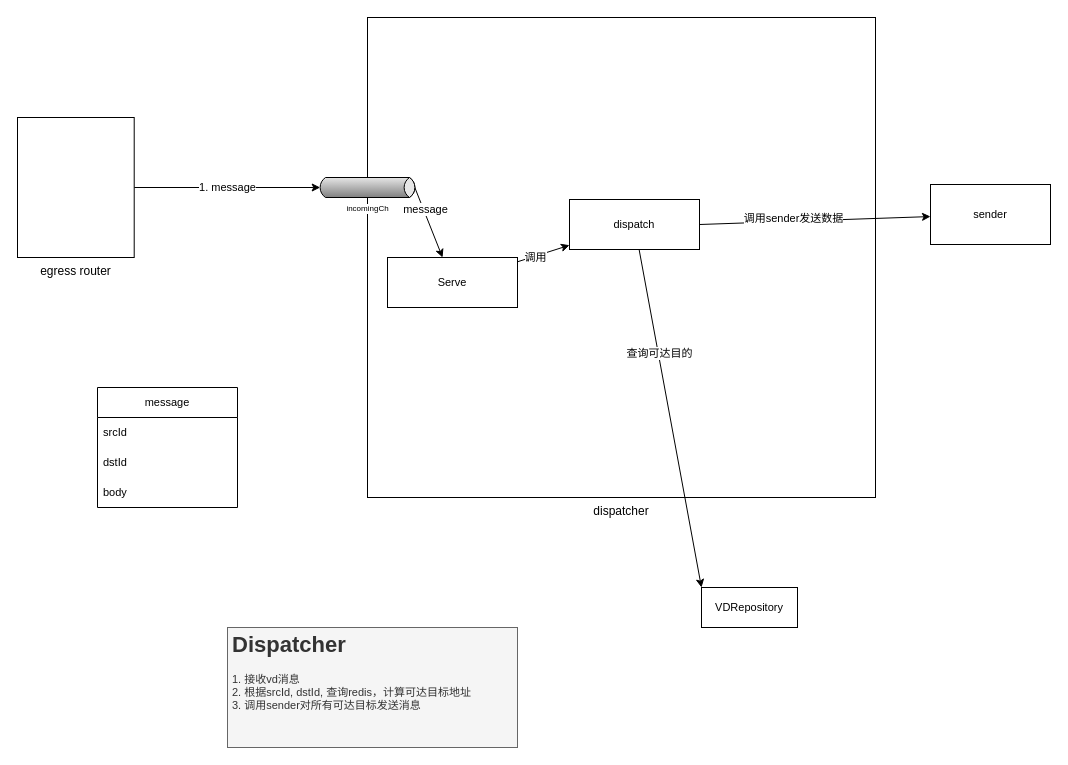
Earlier version of the draw.io diagram page "dispatcher" (3 of 4) of vds图示.drawio (AOisUsed/vds). Source tidied: cells renumbered, new cells numbered last; positions are measured from the earlier drawing's top-left corner, leaving out a move shared by most shapes. Both pictures are drawn from the tidied source at 100%, with x=0, y=0 at pixel (17, 17).
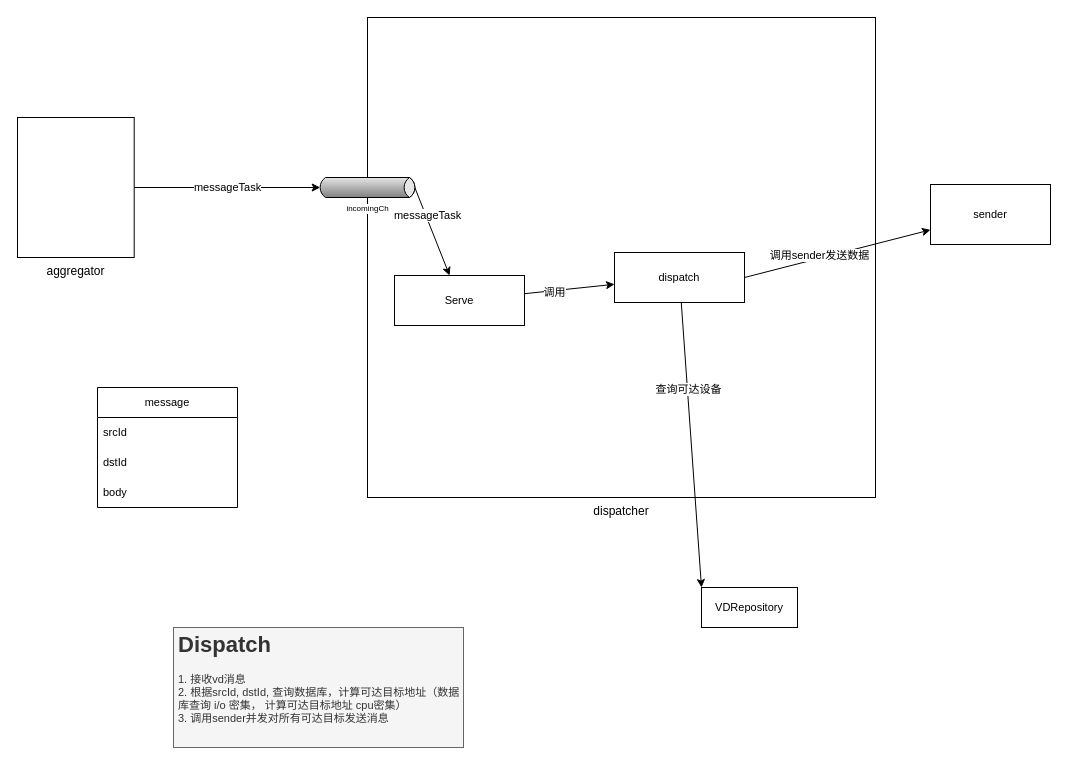
After the change.

The change refers to these unchanged cells:
```xml
<mxCell id="9" style="edgeStyle=none;shape=connector;rounded=0;jettySize=auto;html=1;labelBackgroundColor=default;strokeColor=default;align=center;verticalAlign=middle;fontFamily=Helvetica;fontSize=11;fontColor=default;endArrow=classic;exitX=1;exitY=0.5;exitDx=-2.7;exitDy=0;exitPerimeter=0;" parent="1" edge="1" source="11" target="14">
  <mxGeometry relative="1" as="geometry" />
</mxCell>
<mxCell id="11" value="incomingCh" style="strokeWidth=1;outlineConnect=0;dashed=0;align=center;html=1;fontSize=8;shape=mxgraph.eip.messageChannel;verticalLabelPosition=bottom;labelBackgroundColor=#ffffff;verticalAlign=top;fontFamily=Helvetica;fontColor=default;" parent="1" vertex="1">
  <mxGeometry x="300" y="160" width="100" height="20" as="geometry" />
</mxCell>
<mxCell id="15" style="edgeStyle=none;shape=connector;rounded=0;jettySize=auto;html=1;entryX=0;entryY=0;entryDx=0;entryDy=0;labelBackgroundColor=default;strokeColor=default;align=center;verticalAlign=middle;fontFamily=Helvetica;fontSize=11;fontColor=default;endArrow=classic;" parent="1" edge="1" source="21" target="18">
  <mxGeometry relative="1" as="geometry" />
</mxCell>
```

The edit, as a diff of the source:
```diff
@@
-    <mxCell id="3" value="1. message" style="rounded=0;jettySize=auto;html=1;entryX=0;entryY=0.5;entryDx=2.7;entryDy=0;entryPerimeter=0;" parent="1" edge="1" source="4" target="11">
+    <mxCell id="3" value="messageTask" style="rounded=0;jettySize=auto;html=1;entryX=0;entryY=0.5;entryDx=2.7;entryDy=0;entryPerimeter=0;" parent="1" edge="1" source="4" target="11">
       <mxGeometry relative="1" as="geometry" />
     </mxCell>
-    <mxCell id="4" value="egress router" style="rounded=0;whiteSpace=wrap;html=1;verticalAlign=top;labelPosition=center;verticalLabelPosition=bottom;align=center;" parent="1" vertex="1">
+    <mxCell id="4" value="aggregator" style="rounded=0;whiteSpace=wrap;html=1;verticalAlign=top;labelPosition=center;verticalLabelPosition=bottom;align=center;" parent="1" vertex="1">
       <mxGeometry y="100" width="116.7" height="140" as="geometry" />
     </mxCell>
@@
-    <mxCell id="10" value="message" style="edgeLabel;html=1;align=center;verticalAlign=middle;fontSize=11;fontFamily=Helvetica;fontColor=default;" parent="9" vertex="1">
+    <mxCell id="10" value="messageTask" style="edgeLabel;html=1;align=center;verticalAlign=middle;fontSize=11;fontFamily=Helvetica;fontColor=default;" parent="9" vertex="1">
       <mxGeometry x="-0.36" y="1" relative="1" as="geometry" />
     </mxCell>
@@
     <mxCell id="14" value="Serve" style="rounded=0;whiteSpace=wrap;html=1;fontFamily=Helvetica;fontSize=11;fontColor=default;" parent="1" vertex="1">
-      <mxGeometry x="370" y="240" width="130" height="50" as="geometry" />
+      <mxGeometry x="377" y="258" width="130" height="50" as="geometry" />
     </mxCell>
@@
-    <mxCell id="16" value="查询可达目的" style="edgeLabel;html=1;align=center;verticalAlign=middle;fontSize=11;fontFamily=Helvetica;fontColor=default;" parent="15" vertex="1">
+    <mxCell id="16" value="查询可达设备" style="edgeLabel;html=1;align=center;verticalAlign=middle;fontSize=11;fontFamily=Helvetica;fontColor=default;" parent="15" vertex="1">
       <mxGeometry x="-0.39" y="1" relative="1" as="geometry" />
     </mxCell>
-    <mxCell id="17" value="&lt;h1&gt;Dispatcher&lt;/h1&gt;&lt;div&gt;1. 接收vd消息&lt;/div&gt;&lt;div&gt;2. 根据srcId, dstId, 查询redis，计算可达目标地址&lt;/div&gt;&lt;div&gt;3. 调用sender对所有可达目标发送消息&lt;/div&gt;&lt;p&gt;&lt;/p&gt;" style="text;html=1;strokeColor=#666666;fillColor=#f5f5f5;spacing=5;spacingTop=-20;whiteSpace=wrap;overflow=hidden;rounded=0;fontSize=11;fontFamily=Helvetica;fontColor=#333333;glass=0;shadow=0;" parent="1" vertex="1">
-      <mxGeometry x="210" y="610" width="290" height="120" as="geometry" />
+    <mxCell id="17" value="&lt;h1&gt;Dispatch&lt;/h1&gt;&lt;div&gt;1. 接收vd消息&lt;/div&gt;&lt;div&gt;2. 根据srcId, dstId, 查询数据库，计算可达目标地址（数据库查询 i/o 密集， 计算可达目标地址 cpu密集）&lt;/div&gt;&lt;div&gt;3. 调用sender并发对所有可达目标发送消息&lt;/div&gt;&lt;p&gt;&lt;/p&gt;" style="text;html=1;strokeColor=#666666;fillColor=#f5f5f5;spacing=5;spacingTop=-20;whiteSpace=wrap;overflow=hidden;rounded=0;fontSize=11;fontFamily=Helvetica;fontColor=#333333;glass=0;shadow=0;" parent="1" vertex="1">
+      <mxGeometry x="156" y="610" width="290" height="120" as="geometry" />
     </mxCell>
@@
     <mxCell id="21" value="dispatch" style="rounded=0;whiteSpace=wrap;html=1;fontFamily=Helvetica;fontSize=11;fontColor=default;" parent="1" vertex="1">
-      <mxGeometry x="552" y="182" width="130" height="50" as="geometry" />
+      <mxGeometry x="597" y="235" width="130" height="50" as="geometry" />
     </mxCell>
```
